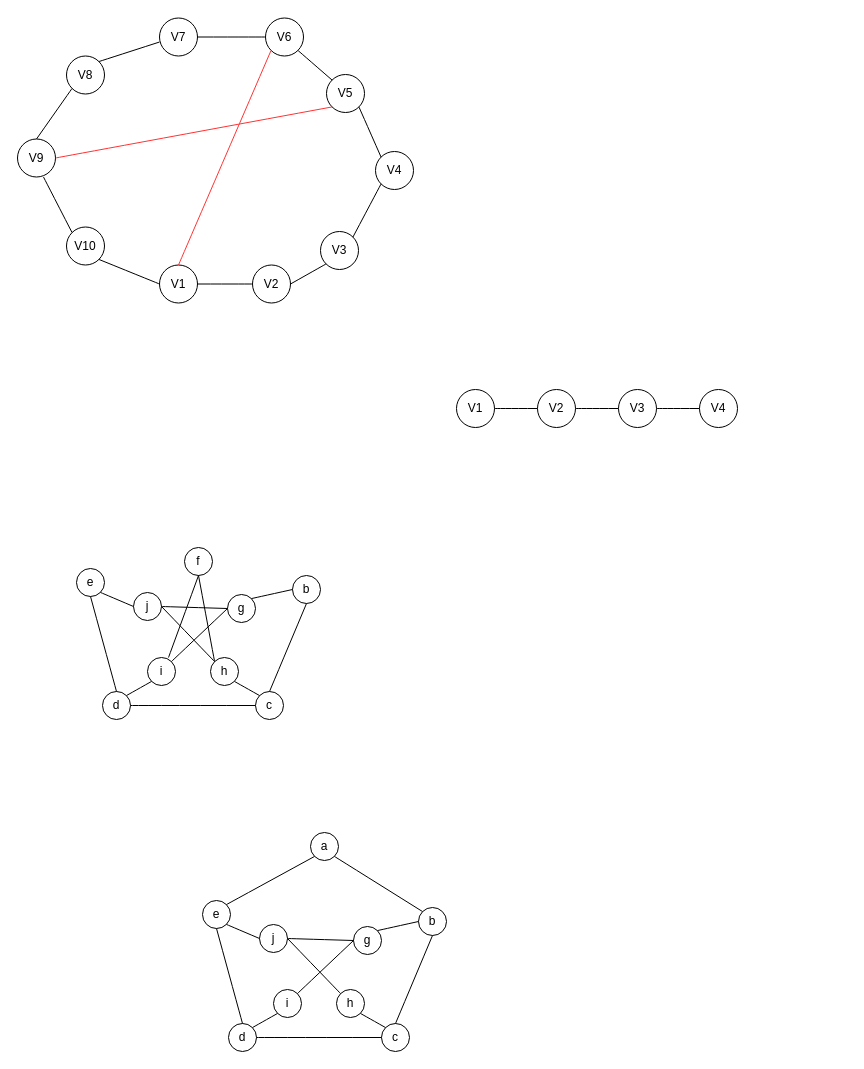
critschris/COMP-339 keeps this draw.io diagram as A4339.drawio. Above is the earlier version. Source tidied: cells renumbered, new cells numbered last; positions are measured from the earlier drawing's top-left corner, leaving out a move shared by most shapes. Both pictures are drawn from the tidied source at 100%, with x=0, y=0 at pixel (17, 18).
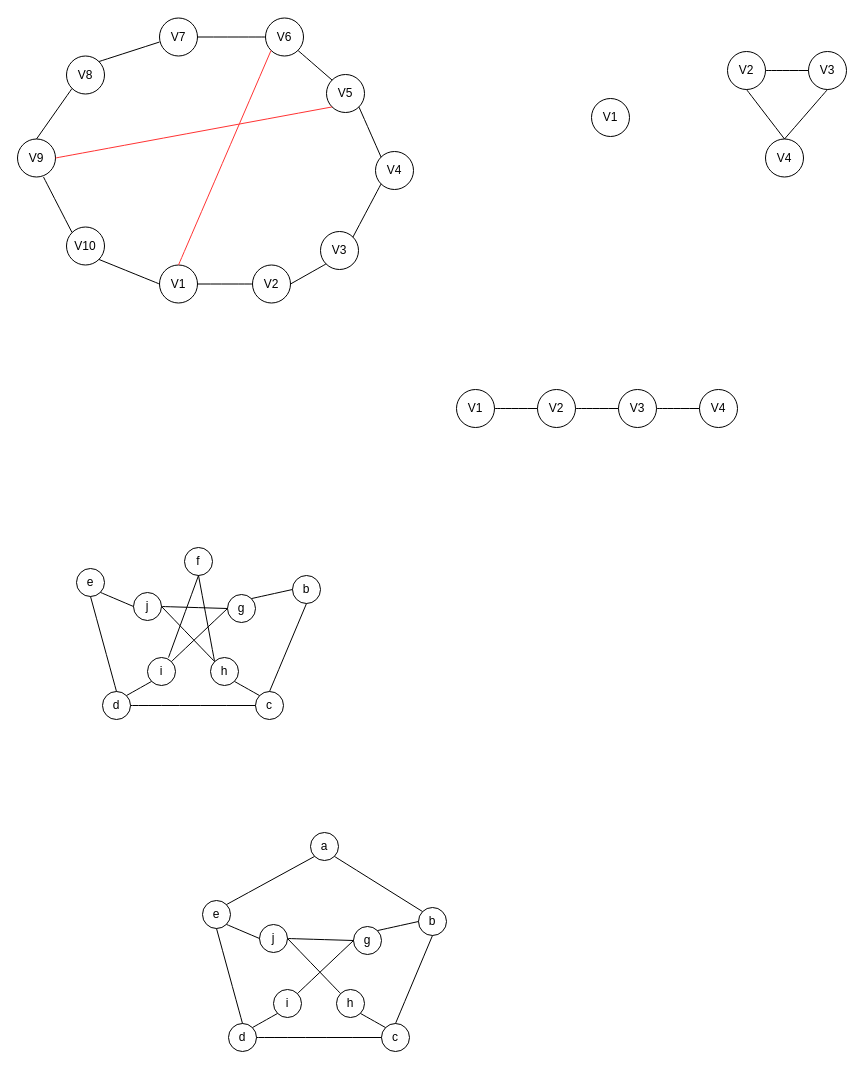
After the change.

Change to the diagram source:
```diff
@@
+    <mxCell id="73" value="V1" style="ellipse;whiteSpace=wrap;html=1;" parent="1" vertex="1">
+      <mxGeometry x="574" y="80" width="38" height="38" as="geometry" />
+    </mxCell>
+    <mxCell id="74" value="V2" style="ellipse;whiteSpace=wrap;html=1;" parent="1" vertex="1">
+      <mxGeometry x="710" y="33" width="38" height="38" as="geometry" />
+    </mxCell>
+    <mxCell id="75" value="V3" style="ellipse;whiteSpace=wrap;html=1;" parent="1" vertex="1">
+      <mxGeometry x="791" y="33" width="38" height="38" as="geometry" />
+    </mxCell>
+    <mxCell id="76" value="V4" style="ellipse;whiteSpace=wrap;html=1;" parent="1" vertex="1">
+      <mxGeometry x="748" y="120.5" width="38" height="38" as="geometry" />
+    </mxCell>
+    <mxCell id="77" style="endArrow=none;html=1;rounded=0;fontSize=12;startSize=8;endSize=8;curved=1;exitX=1;exitY=0.5;exitDx=0;exitDy=0;entryX=0;entryY=0.5;entryDx=0;entryDy=0;" parent="1" edge="1" source="74" target="75">
+      <mxGeometry relative="1" as="geometry" />
+    </mxCell>
+    <mxCell id="78" style="endArrow=none;html=1;rounded=0;fontSize=12;startSize=8;endSize=8;curved=1;entryX=0.5;entryY=0;entryDx=0;entryDy=0;exitX=0.5;exitY=1;exitDx=0;exitDy=0;" parent="1" edge="1" source="75" target="76">
+      <mxGeometry relative="1" as="geometry" />
+    </mxCell>
+    <mxCell id="79" style="endArrow=none;html=1;rounded=0;fontSize=12;startSize=8;endSize=8;curved=1;entryX=0.5;entryY=0;entryDx=0;entryDy=0;exitX=0.5;exitY=1;exitDx=0;exitDy=0;" parent="1" edge="1" source="74" target="76">
+      <mxGeometry relative="1" as="geometry" />
+    </mxCell>
```
